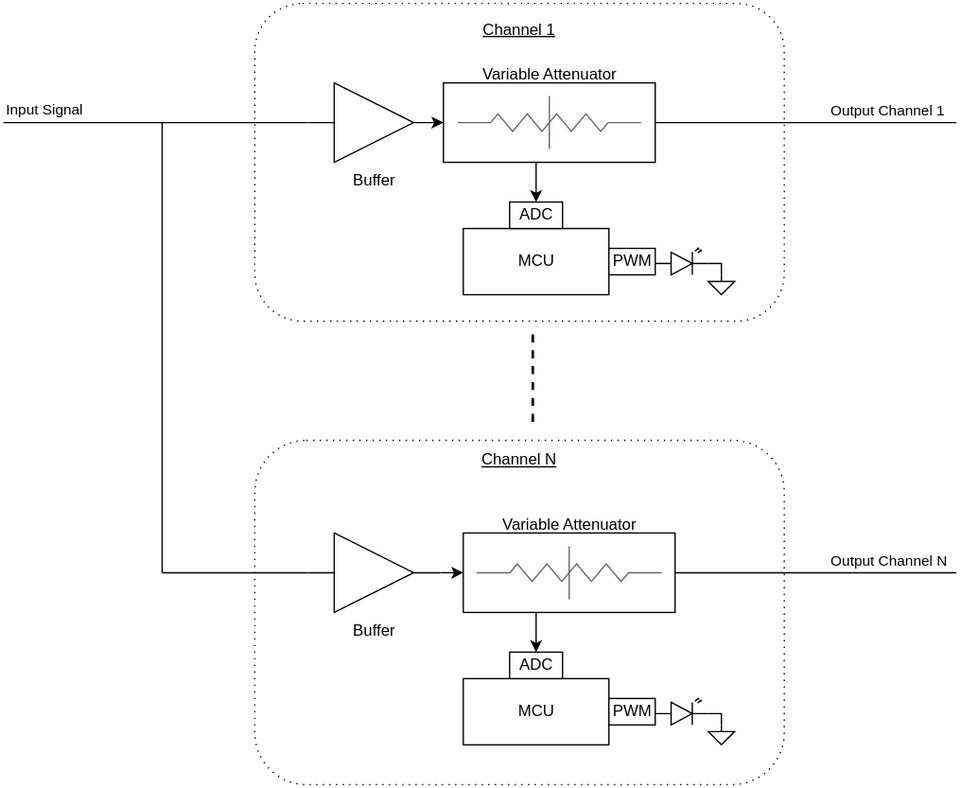
Above: DigitalSplitterPedal/RevA/docs/systemdesign/DigitalSplitterOverview.svg in cracked-machine/ActiveSplitterPedalWithDigitalPeakDetector_HW (draw.io), before the change. Source tidied: cells renumbered, new cells last; positions are measured from the earlier drawing's top-left corner, leaving out a move shared by most shapes.
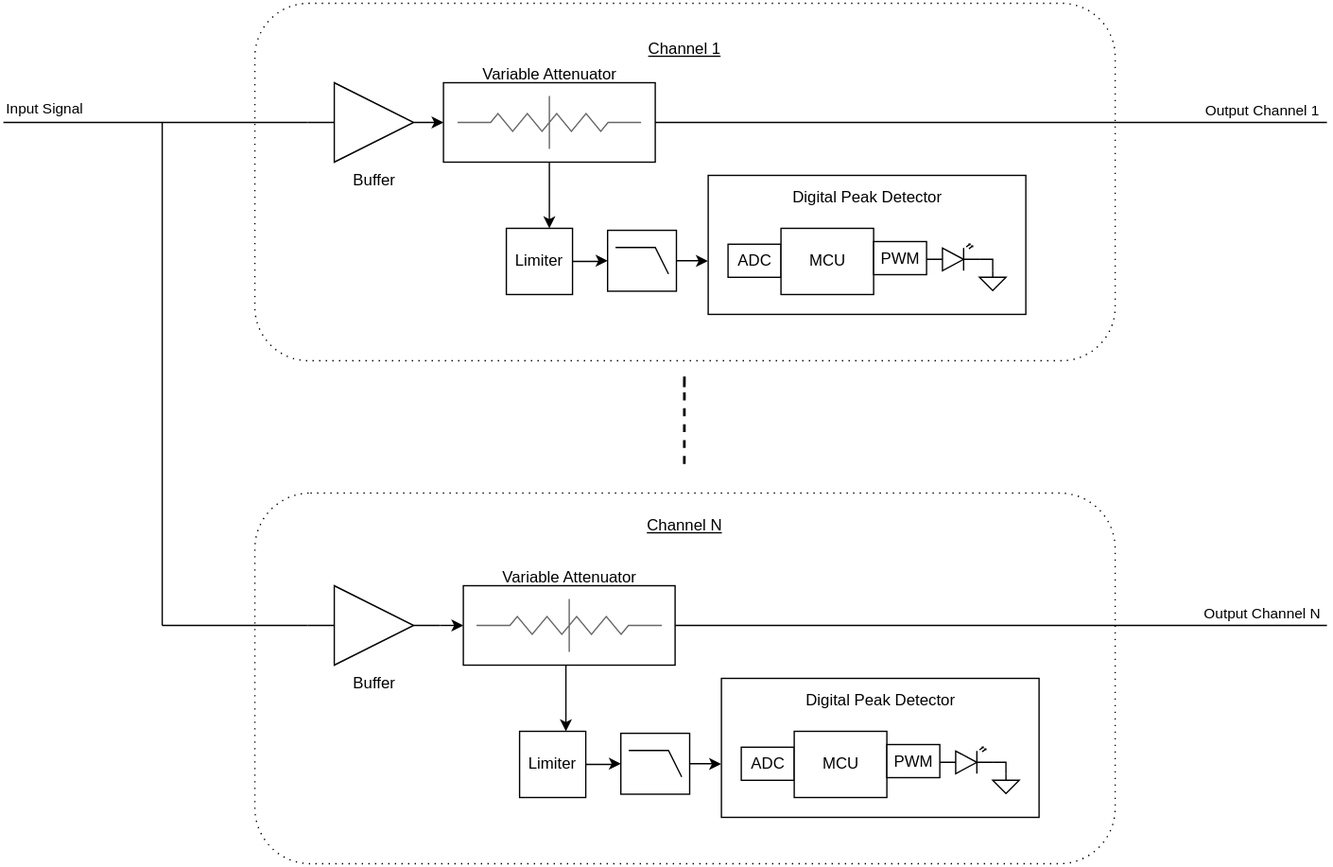
After the commit.

What changed in the source:
```diff
@@ -2,14 +2,18 @@
   <root>
     <mxCell id="0" />
     <mxCell id="1" parent="0" />
-    <mxCell id="2" style="edgeStyle=orthogonalEdgeStyle;rounded=0;orthogonalLoop=1;jettySize=auto;html=1;startArrow=none;startFill=0;endArrow=none;endFill=0;dashed=1;strokeWidth=2;" parent="1" edge="1">
-      <mxGeometry relative="1" as="geometry">
-        <mxPoint x="400" y="250" as="sourcePoint" />
-        <mxPoint x="400" y="320" as="targetPoint" />
-      </mxGeometry>
-    </mxCell>
+    <mxCell id="36" style="edgeStyle=orthogonalEdgeStyle;rounded=0;orthogonalLoop=1;jettySize=auto;html=1;startArrow=none;startFill=0;endArrow=none;endFill=0;dashed=1;strokeWidth=2;" parent="1" edge="1">
+      <mxGeometry relative="1" as="geometry">
+        <mxPoint x="514.5" y="289.9" as="sourcePoint" />
+        <mxPoint x="514.5" y="350" as="targetPoint" />
+        <Array as="points">
+          <mxPoint x="514.5" y="279.9" />
+          <mxPoint x="514.5" y="279.9" />
+        </Array>
+      </mxGeometry>
+    </mxCell>
     <mxCell id="3" value="&lt;div&gt;&lt;u&gt;Channel&amp;nbsp;1&lt;/u&gt;&lt;/div&gt;&lt;div&gt;&lt;br&gt;&lt;/div&gt;&lt;div&gt;&lt;br&gt;&lt;/div&gt;&lt;div&gt;&lt;br&gt;&lt;/div&gt;&lt;div&gt;&lt;br&gt;&lt;/div&gt;&lt;div&gt;&lt;br&gt;&lt;/div&gt;&lt;div&gt;&lt;br&gt;&lt;/div&gt;&lt;div&gt;&lt;br&gt;&lt;/div&gt;&lt;div&gt;&lt;br&gt;&lt;/div&gt;&lt;div&gt;&lt;br&gt;&lt;/div&gt;&lt;div&gt;&lt;br&gt;&lt;/div&gt;&lt;div&gt;&lt;br&gt;&lt;/div&gt;&lt;div&gt;&lt;br&gt;&lt;/div&gt;&lt;div&gt;&lt;br&gt;&lt;/div&gt;&lt;div&gt;&lt;br&gt;&lt;/div&gt;" style="shape=rect;html=1;rounded=1;whiteSpace=wrap;align=center;dashed=1;dashPattern=1 4;" parent="1" vertex="1">
-      <mxGeometry x="190" width="400" height="240" as="geometry" />
+      <mxGeometry x="190" width="650" height="270" as="geometry" />
     </mxCell>
     <mxCell id="4" value="Input Signal" style="edgeStyle=orthogonalEdgeStyle;rounded=0;jettySize=auto;html=1;endArrow=none;endFill=0;" parent="1" edge="1" source="6">
       <mxGeometry x="0.73" y="-10" relative="1" as="geometry">
@@ -20,115 +24,155 @@
         </Array>
       </mxGeometry>
     </mxCell>
-    <mxCell id="5" style="edgeStyle=orthogonalEdgeStyle;rounded=0;jettySize=auto;html=1;exitX=1;exitY=0.5;exitDx=0;exitDy=0;entryX=0;entryY=0.5;entryDx=0;entryDy=0;endArrow=classic;endFill=1;" parent="1" edge="1" source="6" target="8">
-      <mxGeometry relative="1" as="geometry" />
-    </mxCell>
+    <mxCell id="37" style="edgeStyle=orthogonalEdgeStyle;rounded=0;jettySize=auto;html=1;exitX=1;exitY=0.5;exitDx=0;exitDy=0;entryX=0;entryY=0.5;entryDx=0;entryDy=0;endArrow=classic;endFill=1;" parent="1" edge="1" source="6" target="38">
+      <mxGeometry relative="1" as="geometry" />
+    </mxCell>
     <mxCell id="6" value="Buffer" style="verticalLabelPosition=bottom;shadow=0;dashed=0;align=center;html=1;verticalAlign=top;shape=mxgraph.electrical.logic_gates.buffer2;" parent="1" vertex="1">
       <mxGeometry x="230" y="60" width="100" height="60" as="geometry" />
     </mxCell>
     <mxCell id="7" style="group;" parent="1" vertex="1">
       <mxGeometry x="332.5" y="60" width="160" height="60" as="geometry" />
     </mxCell>
-    <mxCell id="8" value="&lt;div&gt;Variable Attenuator&lt;/div&gt;&lt;div&gt;&lt;br&gt;&lt;/div&gt;&lt;div&gt;&lt;br&gt;&lt;/div&gt;&lt;div&gt;&lt;br&gt;&lt;/div&gt;&lt;div&gt;&lt;br&gt;&lt;/div&gt;&lt;div&gt;&lt;br&gt;&lt;/div&gt;" style="rounded=0;whiteSpace=wrap;html=1;" parent="7" vertex="1">
-      <mxGeometry width="160" height="60" as="geometry" />
-    </mxCell>
+    <mxCell id="38" value="&lt;div&gt;Variable Attenuator&lt;/div&gt;&lt;div&gt;&lt;br&gt;&lt;/div&gt;&lt;div&gt;&lt;br&gt;&lt;/div&gt;&lt;div&gt;&lt;br&gt;&lt;/div&gt;&lt;div&gt;&lt;br&gt;&lt;/div&gt;&lt;div&gt;&lt;br&gt;&lt;/div&gt;" style="rounded=0;whiteSpace=wrap;html=1;" parent="7" vertex="1">
+      <mxGeometry width="160" height="60" as="geometry" />
+    </mxCell>
     <mxCell id="9" style="verticalLabelPosition=bottom;shadow=0;dashed=0;align=center;html=1;verticalAlign=top;shape=mxgraph.electrical.resistors.attenuator;perimeterSpacing=0;fillColor=#f5f5f5;strokeColor=#666666;fontColor=#333333;labelBorderColor=#000000;" parent="7" vertex="1">
       <mxGeometry x="10.7" y="10" width="138.7" height="40" as="geometry" />
     </mxCell>
-    <mxCell id="10" style="edgeStyle=orthogonalEdgeStyle;rounded=0;jettySize=auto;html=1;endArrow=none;endFill=0;" parent="1" edge="1" source="8">
-      <mxGeometry relative="1" as="geometry">
-        <mxPoint x="720" y="90" as="targetPoint" />
-      </mxGeometry>
-    </mxCell>
+    <mxCell id="39" style="edgeStyle=orthogonalEdgeStyle;rounded=0;jettySize=auto;html=1;endArrow=none;endFill=0;" parent="1" edge="1" source="38">
+      <mxGeometry relative="1" as="geometry">
+        <mxPoint x="1000" y="90" as="targetPoint" />
+      </mxGeometry>
+    </mxCell>
-    <mxCell id="11" value="Output Channel 1" style="edgeLabel;html=1;align=center;verticalAlign=middle;" parent="10" vertex="1">
+    <mxCell id="11" value="Output Channel 1" style="edgeLabel;html=1;align=center;verticalAlign=middle;" parent="39" vertex="1">
       <mxGeometry x="0.83" y="1" relative="1" as="geometry">
-        <mxPoint x="-34.1" y="-9" as="offset" />
+        <mxPoint x="-7.8" y="-9" as="offset" />
       </mxGeometry>
     </mxCell>
-    <mxCell id="12" style="endArrow=none;html=1;endFill=0;" parent="1" edge="1">
-      <mxGeometry relative="1" as="geometry">
-        <mxPoint x="120" y="90" as="sourcePoint" />
-        <mxPoint x="120" y="430" as="targetPoint" />
-      </mxGeometry>
-    </mxCell>
+    <mxCell id="40" style="endArrow=none;html=1;endFill=0;" parent="1" edge="1">
+      <mxGeometry relative="1" as="geometry">
+        <mxPoint x="120" y="90" as="sourcePoint" />
+        <mxPoint x="120" y="470" as="targetPoint" />
+      </mxGeometry>
+    </mxCell>
     <mxCell id="13" value="&lt;div&gt;&lt;u&gt;Channel N&lt;br&gt;&lt;/u&gt;&lt;/div&gt;&lt;div&gt;&lt;br&gt;&lt;/div&gt;&lt;div&gt;&lt;br&gt;&lt;/div&gt;&lt;div&gt;&lt;br&gt;&lt;/div&gt;&lt;div&gt;&lt;br&gt;&lt;/div&gt;&lt;div&gt;&lt;br&gt;&lt;/div&gt;&lt;div&gt;&lt;br&gt;&lt;/div&gt;&lt;div&gt;&lt;br&gt;&lt;/div&gt;&lt;div&gt;&lt;br&gt;&lt;/div&gt;&lt;div&gt;&lt;br&gt;&lt;/div&gt;&lt;div&gt;&lt;br&gt;&lt;/div&gt;&lt;div&gt;&lt;br&gt;&lt;/div&gt;&lt;div&gt;&lt;br&gt;&lt;/div&gt;&lt;div&gt;&lt;br&gt;&lt;/div&gt;&lt;div&gt;&lt;br&gt;&lt;/div&gt;&lt;div&gt;&lt;br&gt;&lt;/div&gt;&lt;div&gt;&lt;br&gt;&lt;/div&gt;" style="shape=rect;html=1;rounded=1;whiteSpace=wrap;align=center;dashed=1;dashPattern=1 4;" parent="1" vertex="1">
-      <mxGeometry x="190" y="330" width="400" height="260" as="geometry" />
+      <mxGeometry x="190" y="370" width="650" height="280" as="geometry" />
     </mxCell>
-    <mxCell id="14" style="edgeStyle=orthogonalEdgeStyle;rounded=0;jettySize=auto;html=1;exitX=1;exitY=0.5;exitDx=0;exitDy=0;entryX=0;entryY=0.5;entryDx=0;entryDy=0;endArrow=classic;endFill=1;" parent="1" edge="1" source="15" target="17">
-      <mxGeometry relative="1" as="geometry" />
-    </mxCell>
+    <mxCell id="41" style="edgeStyle=orthogonalEdgeStyle;rounded=0;jettySize=auto;html=1;exitX=1;exitY=0.5;exitDx=0;exitDy=0;entryX=0;entryY=0.5;entryDx=0;entryDy=0;endArrow=classic;endFill=1;" parent="1" edge="1" source="15" target="43">
+      <mxGeometry relative="1" as="geometry" />
+    </mxCell>
     <mxCell id="15" value="Buffer" style="verticalLabelPosition=bottom;shadow=0;dashed=0;align=center;html=1;verticalAlign=top;shape=mxgraph.electrical.logic_gates.buffer2;" parent="1" vertex="1">
-      <mxGeometry x="230" y="400" width="100" height="60" as="geometry" />
+      <mxGeometry x="230" y="440" width="100" height="60" as="geometry" />
     </mxCell>
-    <mxCell id="16" style="group;" parent="1" vertex="1">
-      <mxGeometry x="347.5" y="400" width="160" height="60" as="geometry" />
-    </mxCell>
-    <mxCell id="17" value="&lt;div&gt;Variable Attenuator&lt;/div&gt;&lt;div&gt;&lt;br&gt;&lt;/div&gt;&lt;div&gt;&lt;br&gt;&lt;/div&gt;&lt;div&gt;&lt;br&gt;&lt;/div&gt;&lt;div&gt;&lt;br&gt;&lt;/div&gt;&lt;div&gt;&lt;br&gt;&lt;/div&gt;" style="rounded=0;whiteSpace=wrap;html=1;" parent="16" vertex="1">
-      <mxGeometry width="160" height="60" as="geometry" />
-    </mxCell>
+    <mxCell id="42" style="group;" parent="1" vertex="1">
+      <mxGeometry x="347.5" y="440" width="160" height="60" as="geometry" />
+    </mxCell>
+    <mxCell id="43" value="&lt;div&gt;Variable Attenuator&lt;/div&gt;&lt;div&gt;&lt;br&gt;&lt;/div&gt;&lt;div&gt;&lt;br&gt;&lt;/div&gt;&lt;div&gt;&lt;br&gt;&lt;/div&gt;&lt;div&gt;&lt;br&gt;&lt;/div&gt;&lt;div&gt;&lt;br&gt;&lt;/div&gt;" style="rounded=0;whiteSpace=wrap;html=1;" parent="42" vertex="1">
+      <mxGeometry width="160" height="60" as="geometry" />
+    </mxCell>
-    <mxCell id="18" style="verticalLabelPosition=bottom;shadow=0;dashed=0;align=center;html=1;verticalAlign=top;shape=mxgraph.electrical.resistors.attenuator;perimeterSpacing=0;fillColor=#f5f5f5;strokeColor=#666666;fontColor=#333333;labelBorderColor=#000000;" parent="16" vertex="1">
+    <mxCell id="18" style="verticalLabelPosition=bottom;shadow=0;dashed=0;align=center;html=1;verticalAlign=top;shape=mxgraph.electrical.resistors.attenuator;perimeterSpacing=0;fillColor=#f5f5f5;strokeColor=#666666;fontColor=#333333;labelBorderColor=#000000;" parent="42" vertex="1">
       <mxGeometry x="10" y="10" width="140" height="40" as="geometry" />
     </mxCell>
-    <mxCell id="19" style="edgeStyle=orthogonalEdgeStyle;rounded=0;jettySize=auto;html=1;endArrow=none;endFill=0;" parent="1" edge="1" source="17">
-      <mxGeometry relative="1" as="geometry">
-        <mxPoint x="720" y="430" as="targetPoint" />
-      </mxGeometry>
-    </mxCell>
+    <mxCell id="44" style="edgeStyle=orthogonalEdgeStyle;rounded=0;jettySize=auto;html=1;endArrow=none;endFill=0;" parent="1" edge="1" source="43">
+      <mxGeometry relative="1" as="geometry">
+        <mxPoint x="1000" y="470" as="targetPoint" />
+      </mxGeometry>
+    </mxCell>
-    <mxCell id="20" value="Output Channel N" style="edgeLabel;html=1;align=center;verticalAlign=middle;" parent="19" vertex="1">
+    <mxCell id="20" value="Output Channel N" style="edgeLabel;html=1;align=center;verticalAlign=middle;" parent="44" vertex="1">
       <mxGeometry x="0.83" y="1" relative="1" as="geometry">
-        <mxPoint x="-34.1" y="-9" as="offset" />
+        <mxPoint x="-9.1" y="-9" as="offset" />
       </mxGeometry>
     </mxCell>
-    <mxCell id="21" style="endArrow=none;html=1;entryX=0;entryY=0.5;entryDx=0;entryDy=0;" parent="1" edge="1" target="15">
-      <mxGeometry relative="1" as="geometry">
-        <mxPoint x="120" y="430" as="sourcePoint" />
-      </mxGeometry>
-    </mxCell>
-    <mxCell id="22" value="MCU" style="rounded=0;whiteSpace=wrap;html=1;" parent="1" vertex="1">
-      <mxGeometry x="347.5" y="170" width="110" height="50" as="geometry" />
-    </mxCell>
-    <mxCell id="23" style="edgeStyle=orthogonalEdgeStyle;rounded=0;jettySize=auto;html=1;exitX=0.5;exitY=1;exitDx=0;exitDy=0;endArrow=classic;endFill=1;entryX=0.5;entryY=0;entryDx=0;entryDy=0;" parent="1" edge="1" target="24">
-      <mxGeometry relative="1" as="geometry">
-        <mxPoint x="402.5" y="120" as="sourcePoint" />
-      </mxGeometry>
-    </mxCell>
-    <mxCell id="24" value="ADC" style="rounded=0;whiteSpace=wrap;html=1;" parent="1" vertex="1">
-      <mxGeometry x="382.5" y="150" width="40" height="20" as="geometry" />
-    </mxCell>
-    <mxCell id="25" value="PWM" style="rounded=0;whiteSpace=wrap;html=1;" parent="1" vertex="1">
-      <mxGeometry x="457.5" y="185" width="35" height="20" as="geometry" />
-    </mxCell>
-    <mxCell id="26" style="edgeStyle=orthogonalEdgeStyle;rounded=0;jettySize=auto;html=1;entryX=0.5;entryY=0;entryDx=0;entryDy=0;entryPerimeter=0;exitX=1;exitY=0.57;exitDx=0;exitDy=0;exitPerimeter=0;endArrow=none;endFill=0;" parent="1" edge="1" source="27" target="28">
-      <mxGeometry relative="1" as="geometry" />
-    </mxCell>
-    <mxCell id="27" style="verticalLabelPosition=bottom;shadow=0;dashed=0;align=center;html=1;verticalAlign=top;shape=mxgraph.electrical.opto_electronics.led_2;" parent="1" vertex="1">
-      <mxGeometry x="492.5" y="185" width="40" height="20" as="geometry" />
-    </mxCell>
-    <mxCell id="28" style="verticalLabelPosition=bottom;shadow=0;dashed=0;align=center;html=1;verticalAlign=top;shape=mxgraph.electrical.signal_sources.signal_ground;" parent="1" vertex="1">
-      <mxGeometry x="532.5" y="205" width="20" height="15" as="geometry" />
-    </mxCell>
-    <mxCell id="29" value="MCU" style="rounded=0;whiteSpace=wrap;html=1;" parent="1" vertex="1">
-      <mxGeometry x="347.5" y="510" width="110" height="50" as="geometry" />
-    </mxCell>
-    <mxCell id="30" style="edgeStyle=orthogonalEdgeStyle;rounded=0;jettySize=auto;html=1;exitX=0.5;exitY=1;exitDx=0;exitDy=0;endArrow=classic;endFill=1;entryX=0.5;entryY=0;entryDx=0;entryDy=0;" parent="1" edge="1" target="31">
-      <mxGeometry relative="1" as="geometry">
-        <mxPoint x="402.5" y="460" as="sourcePoint" />
-      </mxGeometry>
-    </mxCell>
-    <mxCell id="31" value="ADC" style="rounded=0;whiteSpace=wrap;html=1;" parent="1" vertex="1">
-      <mxGeometry x="382.5" y="490" width="40" height="20" as="geometry" />
-    </mxCell>
-    <mxCell id="32" value="PWM" style="rounded=0;whiteSpace=wrap;html=1;" parent="1" vertex="1">
-      <mxGeometry x="457.5" y="525" width="35" height="20" as="geometry" />
-    </mxCell>
-    <mxCell id="33" style="edgeStyle=orthogonalEdgeStyle;rounded=0;jettySize=auto;html=1;entryX=0.5;entryY=0;entryDx=0;entryDy=0;entryPerimeter=0;exitX=1;exitY=0.57;exitDx=0;exitDy=0;exitPerimeter=0;endArrow=none;endFill=0;" parent="1" edge="1" source="34" target="35">
-      <mxGeometry relative="1" as="geometry" />
-    </mxCell>
-    <mxCell id="34" style="verticalLabelPosition=bottom;shadow=0;dashed=0;align=center;html=1;verticalAlign=top;shape=mxgraph.electrical.opto_electronics.led_2;" parent="1" vertex="1">
-      <mxGeometry x="492.5" y="525" width="40" height="20" as="geometry" />
-    </mxCell>
-    <mxCell id="35" style="verticalLabelPosition=bottom;shadow=0;dashed=0;align=center;html=1;verticalAlign=top;shape=mxgraph.electrical.signal_sources.signal_ground;" parent="1" vertex="1">
-      <mxGeometry x="532.5" y="545" width="20" height="15" as="geometry" />
-    </mxCell>
+    <mxCell id="45" style="endArrow=none;html=1;entryX=0;entryY=0.5;entryDx=0;entryDy=0;" parent="1" edge="1" target="15">
+      <mxGeometry relative="1" as="geometry">
+        <mxPoint x="120" y="470" as="sourcePoint" />
+      </mxGeometry>
+    </mxCell>
+    <mxCell id="46" style="edgeStyle=orthogonalEdgeStyle;rounded=0;jettySize=auto;html=1;exitX=0.5;exitY=1;exitDx=0;exitDy=0;endArrow=classic;endFill=1;entryX=0.5;entryY=0;entryDx=0;entryDy=0;" parent="1" edge="1" source="38">
+      <mxGeometry relative="1" as="geometry">
+        <mxPoint x="412.5" y="170" as="targetPoint" />
+      </mxGeometry>
+    </mxCell>
+    <mxCell id="47" style="edgeStyle=orthogonalEdgeStyle;rounded=0;orthogonalLoop=1;jettySize=auto;html=1;entryX=0.5;entryY=0;entryDx=0;entryDy=0;" parent="1" edge="1">
+      <mxGeometry relative="1" as="geometry">
+        <mxPoint x="425" y="500" as="sourcePoint" />
+        <mxPoint x="425" y="550" as="targetPoint" />
+        <Array as="points">
+          <mxPoint x="425" y="500" />
+        </Array>
+      </mxGeometry>
+    </mxCell>
+    <mxCell id="48" style="group;" parent="1" vertex="1">
+      <mxGeometry x="380" y="130" width="392.5" height="105" as="geometry" />
+    </mxCell>
+    <mxCell id="49" value="Limiter" style="rounded=0;whiteSpace=wrap;html=1;" parent="48" vertex="1">
+      <mxGeometry y="40" width="50" height="50" as="geometry" />
+    </mxCell>
+    <mxCell id="50" style="verticalLabelPosition=bottom;shadow=0;dashed=0;align=center;html=1;verticalAlign=top;shape=mxgraph.electrical.logic_gates.lowpass_filter;" parent="48" vertex="1">
+      <mxGeometry x="76.5" y="41.5" width="52" height="46" as="geometry" />
+    </mxCell>
+    <mxCell id="51" style="edgeStyle=orthogonalEdgeStyle;rounded=0;jettySize=auto;html=1;entryX=0;entryY=0.5;entryDx=0;entryDy=0;entryPerimeter=0;" parent="48" edge="1" source="49" target="50">
+      <mxGeometry relative="1" as="geometry" />
+    </mxCell>
+    <mxCell id="52" value="&lt;div&gt;Digital Peak Detector&lt;/div&gt;&lt;div&gt;&lt;br&gt;&lt;/div&gt;&lt;div&gt;&lt;br&gt;&lt;/div&gt;&lt;div&gt;&lt;br&gt;&lt;/div&gt;&lt;div&gt;&lt;br&gt;&lt;/div&gt;&lt;div&gt;&lt;br&gt;&lt;/div&gt;" style="rounded=0;whiteSpace=wrap;html=1;" parent="48" vertex="1">
+      <mxGeometry x="152.5" width="240" height="105" as="geometry" />
+    </mxCell>
+    <mxCell id="53" style="edgeStyle=orthogonalEdgeStyle;rounded=0;jettySize=auto;html=1;entryX=-0.001;entryY=0.616;entryDx=0;entryDy=0;entryPerimeter=0;" parent="48" edge="1" source="50" target="52">
+      <mxGeometry relative="1" as="geometry" />
+    </mxCell>
+    <mxCell id="54" value="ADC" style="rounded=0;whiteSpace=wrap;html=1;" parent="48" vertex="1">
+      <mxGeometry x="167.5" y="52" width="40" height="25" as="geometry" />
+    </mxCell>
+    <mxCell id="55" value="MCU" style="rounded=0;whiteSpace=wrap;html=1;" parent="48" vertex="1">
+      <mxGeometry x="207.5" y="40" width="70" height="50" as="geometry" />
+    </mxCell>
+    <mxCell id="56" value="PWM" style="rounded=0;whiteSpace=wrap;html=1;" parent="48" vertex="1">
+      <mxGeometry x="277.5" y="50" width="40" height="25" as="geometry" />
+    </mxCell>
+    <mxCell id="57" style="verticalLabelPosition=bottom;shadow=0;dashed=0;align=center;html=1;verticalAlign=top;shape=mxgraph.electrical.opto_electronics.led_2;" parent="48" vertex="1">
+      <mxGeometry x="317.5" y="52" width="40" height="20" as="geometry" />
+    </mxCell>
+    <mxCell id="58" style="verticalLabelPosition=bottom;shadow=0;dashed=0;align=center;html=1;verticalAlign=top;shape=mxgraph.electrical.signal_sources.signal_ground;" parent="48" vertex="1">
+      <mxGeometry x="357.5" y="72" width="20" height="15" as="geometry" />
+    </mxCell>
+    <mxCell id="59" style="edgeStyle=orthogonalEdgeStyle;rounded=0;jettySize=auto;html=1;entryX=0.5;entryY=0;entryDx=0;entryDy=0;entryPerimeter=0;exitX=1;exitY=0.57;exitDx=0;exitDy=0;exitPerimeter=0;endArrow=none;endFill=0;" parent="48" edge="1" source="57" target="58">
+      <mxGeometry relative="1" as="geometry" />
+    </mxCell>
+    <mxCell id="60" style="group;" parent="1" vertex="1">
+      <mxGeometry x="390" y="510" width="392.5" height="105" as="geometry" />
+    </mxCell>
+    <mxCell id="61" value="Limiter" style="rounded=0;whiteSpace=wrap;html=1;" parent="60" vertex="1">
+      <mxGeometry y="40" width="50" height="50" as="geometry" />
+    </mxCell>
+    <mxCell id="62" style="verticalLabelPosition=bottom;shadow=0;dashed=0;align=center;html=1;verticalAlign=top;shape=mxgraph.electrical.logic_gates.lowpass_filter;" parent="60" vertex="1">
+      <mxGeometry x="76.5" y="41.5" width="52" height="46" as="geometry" />
+    </mxCell>
+    <mxCell id="63" style="edgeStyle=orthogonalEdgeStyle;rounded=0;jettySize=auto;html=1;entryX=0;entryY=0.5;entryDx=0;entryDy=0;entryPerimeter=0;" parent="60" edge="1" source="61" target="62">
+      <mxGeometry relative="1" as="geometry" />
+    </mxCell>
+    <mxCell id="64" value="&lt;div&gt;Digital Peak Detector&lt;/div&gt;&lt;div&gt;&lt;br&gt;&lt;/div&gt;&lt;div&gt;&lt;br&gt;&lt;/div&gt;&lt;div&gt;&lt;br&gt;&lt;/div&gt;&lt;div&gt;&lt;br&gt;&lt;/div&gt;&lt;div&gt;&lt;br&gt;&lt;/div&gt;" style="rounded=0;whiteSpace=wrap;html=1;" parent="60" vertex="1">
+      <mxGeometry x="152.5" width="240" height="105" as="geometry" />
+    </mxCell>
+    <mxCell id="65" style="edgeStyle=orthogonalEdgeStyle;rounded=0;jettySize=auto;html=1;entryX=-0.001;entryY=0.616;entryDx=0;entryDy=0;entryPerimeter=0;" parent="60" edge="1" source="62" target="64">
+      <mxGeometry relative="1" as="geometry" />
+    </mxCell>
+    <mxCell id="66" value="ADC" style="rounded=0;whiteSpace=wrap;html=1;" parent="60" vertex="1">
+      <mxGeometry x="167.5" y="52" width="40" height="25" as="geometry" />
+    </mxCell>
+    <mxCell id="67" value="MCU" style="rounded=0;whiteSpace=wrap;html=1;" parent="60" vertex="1">
+      <mxGeometry x="207.5" y="40" width="70" height="50" as="geometry" />
+    </mxCell>
+    <mxCell id="68" value="PWM" style="rounded=0;whiteSpace=wrap;html=1;" parent="60" vertex="1">
+      <mxGeometry x="277.5" y="50" width="40" height="25" as="geometry" />
+    </mxCell>
+    <mxCell id="69" style="verticalLabelPosition=bottom;shadow=0;dashed=0;align=center;html=1;verticalAlign=top;shape=mxgraph.electrical.opto_electronics.led_2;" parent="60" vertex="1">
+      <mxGeometry x="317.5" y="52" width="40" height="20" as="geometry" />
+    </mxCell>
+    <mxCell id="70" style="verticalLabelPosition=bottom;shadow=0;dashed=0;align=center;html=1;verticalAlign=top;shape=mxgraph.electrical.signal_sources.signal_ground;" parent="60" vertex="1">
+      <mxGeometry x="357.5" y="72" width="20" height="15" as="geometry" />
+    </mxCell>
+    <mxCell id="71" style="edgeStyle=orthogonalEdgeStyle;rounded=0;jettySize=auto;html=1;entryX=0.5;entryY=0;entryDx=0;entryDy=0;entryPerimeter=0;exitX=1;exitY=0.57;exitDx=0;exitDy=0;exitPerimeter=0;endArrow=none;endFill=0;" parent="60" edge="1" source="69" target="70">
+      <mxGeometry relative="1" as="geometry" />
+    </mxCell>
   </root>
 </mxGraphModel>
```
